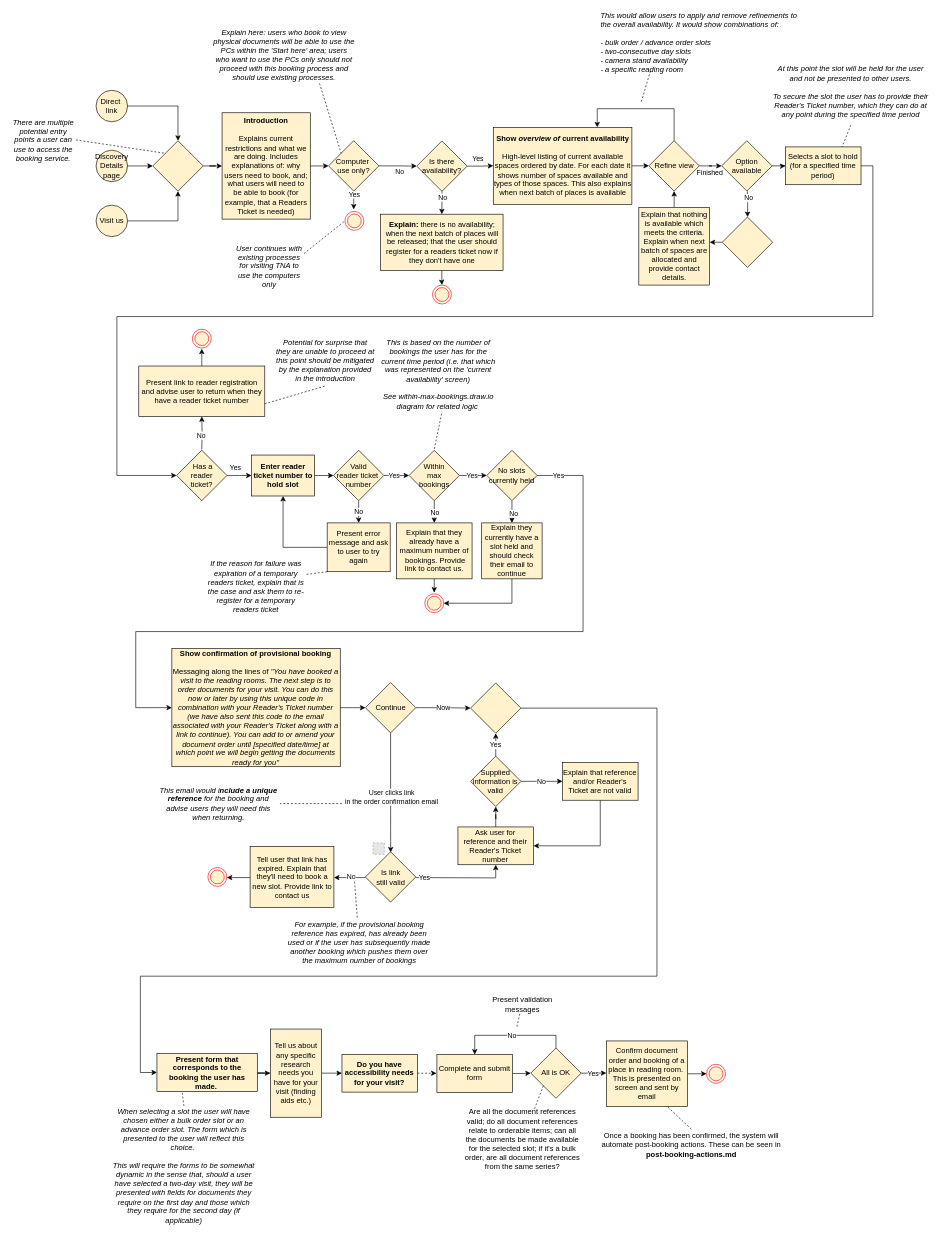
This is iterations/1.1.drawio from nationalarchives/ds-booking-experience, a draw.io file, before an edit. Source tidied: cells renumbered, new cells numbered last; positions are measured from the earlier drawing's top-left corner, leaving out a move shared by most shapes. Both pictures are drawn from the tidied source at 63%, with x=0, y=0 at pixel (11, 14). Pictures stored in the file or linked from it are replaced by grey dashed boxes.
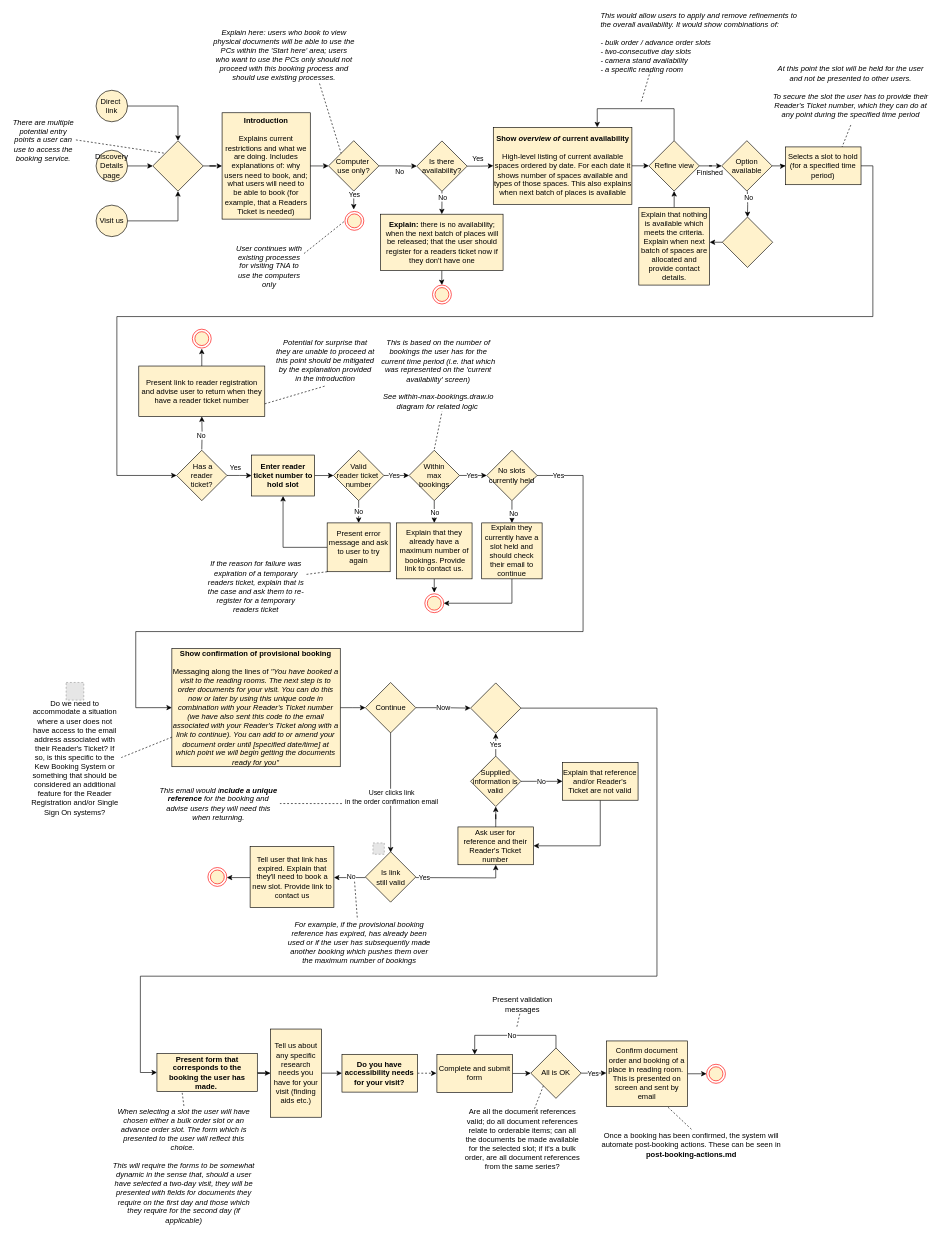
The same diagram, later.

Commit message (it also covers changes not shown here):
Add question relating to email addresses

Unchanged cells that the change refers to:
```xml
<mxCell id="17" value="&lt;b&gt;Show confirmation of provisional booking&lt;/b&gt;&lt;br&gt;&lt;br&gt;Messaging along the lines of&amp;nbsp;&lt;i&gt;&quot;You have booked a visit to the reading rooms. The next step is to order documents for your visit. You can do this now or later by using this unique code in combination with your Reader's Ticket number (we have also sent this code to the email associated with your Reader's Ticket along with a link to continue). You can add to or amend your document order until [specified date/time] at which point we will begin getting the documents ready for you&quot;&lt;br&gt;&lt;/i&gt;" style="whiteSpace=wrap;html=1;fillColor=#FFF2CC;" parent="1" vertex="1">
  <mxGeometry x="255.3" y="1007" width="267.3" height="187.5" as="geometry" />
</mxCell>
```

Diff of the diagram source:
```diff
@@
+    <mxCell id="139" value="Do we need to accommodate a situation where a user does not have access to the email address associated with their Reader's Ticket? If so, is this specific to the Kew Booking System or something that should be considered an additional feature for the Reader Registration and/or Single Sign On systems?" style="text;html=1;strokeColor=none;fillColor=none;align=center;verticalAlign=middle;whiteSpace=wrap;rounded=0;" parent="1" vertex="1">
+      <mxGeometry x="28" y="1100" width="147" height="160" as="geometry" />
+    </mxCell>
+    <mxCell id="140" style="fillColor=#E6E6E6;strokeColor=#999999;dashed=1;html=1;verticalAlign=top;verticalLabelPosition=bottom;labelBackgroundColor=#ffffff;" parent="1" vertex="1">
+      <mxGeometry x="87.5" y="1060.8" width="28" height="28" as="geometry" />
+    </mxCell>
+    <mxCell id="141" style="endArrow=none;dashed=1;html=1;entryX=1;entryY=0.5;entryDx=0;entryDy=0;fillColor=#FFF2CC;exitX=0;exitY=0.75;exitDx=0;exitDy=0;" parent="1" edge="1" source="17" target="139">
+      <mxGeometry relative="1" as="geometry" />
+    </mxCell>
```
